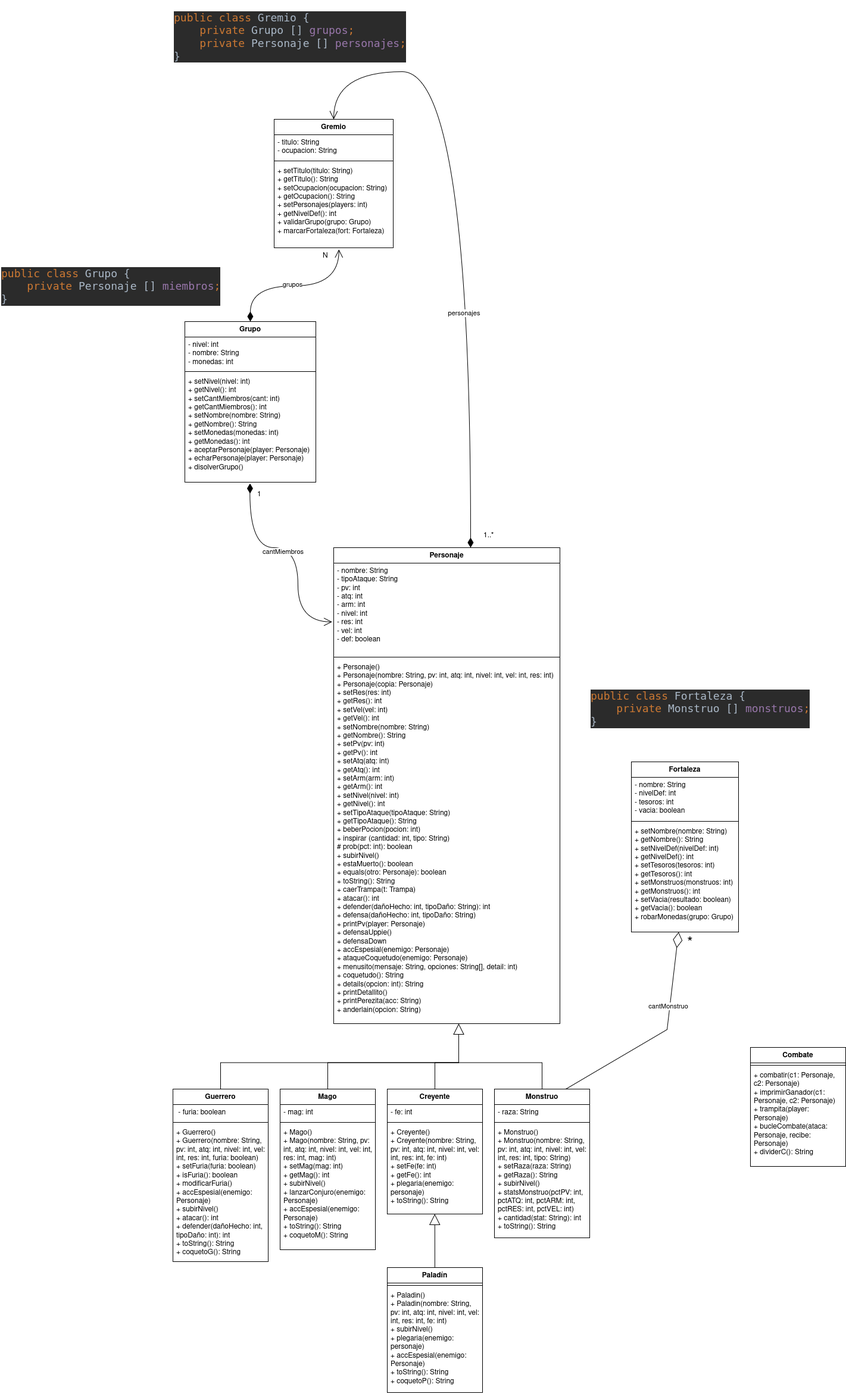
akiipv/Practica_Entornos keeps this draw.io diagram as PracticaT5_EDS.drawio.png. Above is the earlier version. Source tidied: cells renumbered, new cells last; positions are measured from the earlier drawing's top-left corner, leaving out a move shared by most shapes.
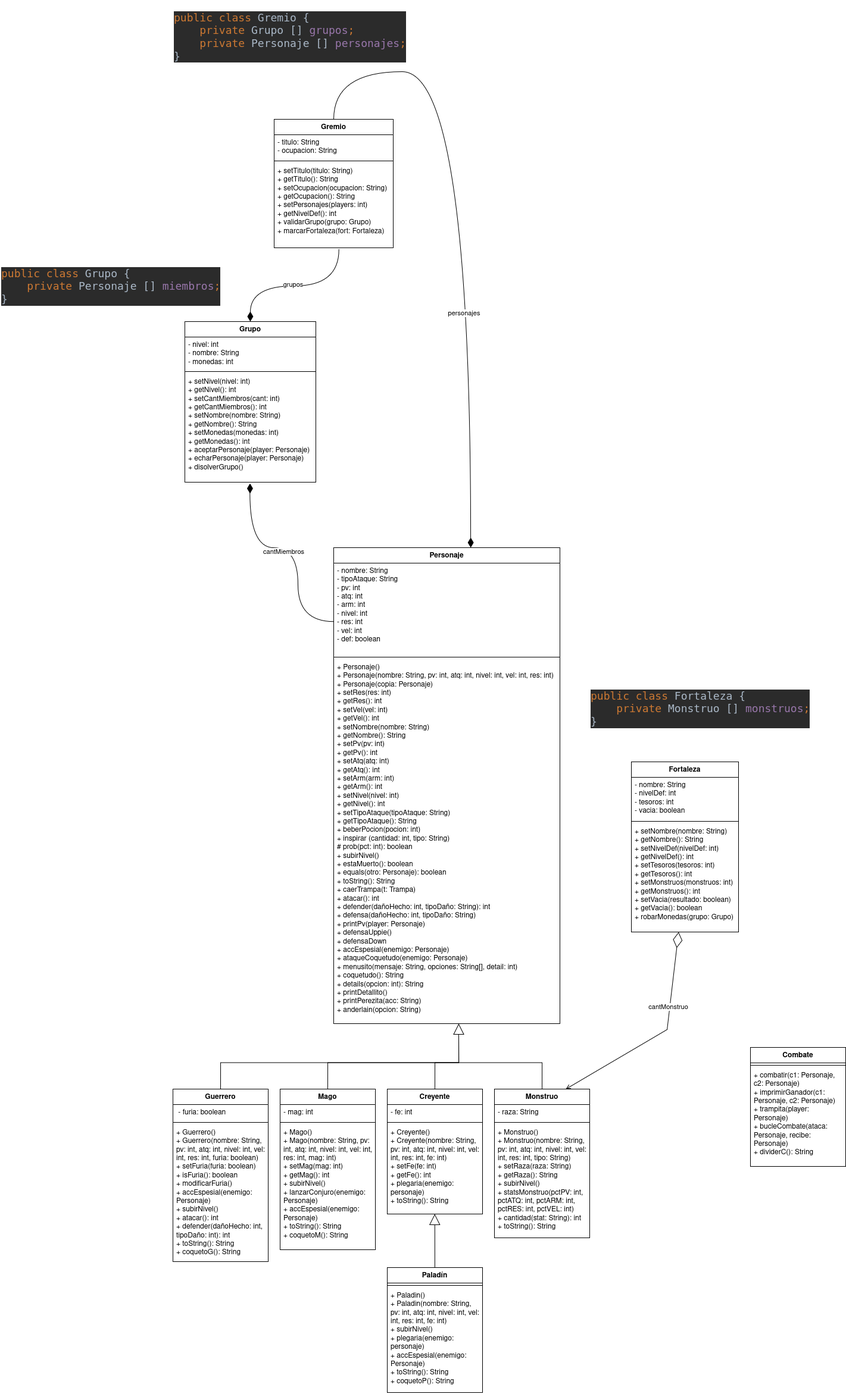
Later version of the same file.

Diff of the diagram source:
```diff
@@ -142,19 +142,19 @@
     <mxCell id="44" value="&lt;div&gt;&lt;div&gt;&lt;div&gt;+ setTitulo(titulo: String)&lt;/div&gt;&lt;div&gt;+ getTitulo(): String&lt;div&gt;+ setOcupacion(ocupacion: String)&lt;/div&gt;&lt;div&gt;+ getOcupacion(): String&lt;/div&gt;&lt;/div&gt;+ setPersonajes(players: int)&lt;/div&gt;&lt;div&gt;+ getNivelDef(): int&lt;/div&gt;+ validarGrupo(grupo: Grupo)&lt;/div&gt;&lt;div&gt;+ marcarFortaleza(fort: Fortaleza)&lt;/div&gt;" style="text;strokeColor=none;fillColor=none;align=left;verticalAlign=top;spacingLeft=4;spacingRight=4;overflow=hidden;points=[[0,0.5],[1,0.5]];portConstraint=eastwest;whiteSpace=wrap;html=1;" parent="41" vertex="1">
       <mxGeometry y="74" width="200" height="142" as="geometry" />
     </mxCell>
-    <mxCell id="45" value="1" style="endArrow=open;html=1;endSize=12;startArrow=diamondThin;startSize=14;startFill=1;edgeStyle=orthogonalEdgeStyle;align=left;verticalAlign=bottom;rounded=0;fontSize=12;curved=1;entryX=-0.007;entryY=0.641;entryDx=0;entryDy=0;entryPerimeter=0;exitX=0.497;exitY=1.011;exitDx=0;exitDy=0;exitPerimeter=0;" parent="1" edge="1" source="36" target="3">
+    <mxCell id="45" style="endArrow=none;html=1;endSize=12;startArrow=diamondThin;startSize=14;startFill=1;edgeStyle=orthogonalEdgeStyle;align=left;verticalAlign=bottom;rounded=0;fontSize=12;curved=1;entryX=0.001;entryY=0.638;entryDx=0;entryDy=0;entryPerimeter=0;exitX=0.497;exitY=1.011;exitDx=0;exitDy=0;exitPerimeter=0;endFill=0;" parent="1" edge="1" source="36" target="3">
       <mxGeometry x="-0.85" y="11" relative="1" as="geometry">
         <Array as="points">
           <mxPoint x="419" y="920" />
           <mxPoint x="500" y="920" />
-          <mxPoint x="500" y="1045" />
+          <mxPoint x="500" y="1044" />
         </Array>
       </mxGeometry>
     </mxCell>
     <mxCell id="46" value="cantMiembros" style="edgeLabel;html=1;align=center;verticalAlign=middle;" parent="45" vertex="1">
       <mxGeometry x="-0.12" y="-6" relative="1" as="geometry" />
     </mxCell>
-    <mxCell id="47" style="endArrow=diamondThin;endFill=0;endSize=24;html=1;rounded=0;exitX=0.75;exitY=0;exitDx=0;exitDy=0;" parent="1" edge="1" source="21" target="40">
+    <mxCell id="47" style="endArrow=diamondThin;endFill=0;endSize=24;html=1;rounded=0;exitX=0.75;exitY=0;exitDx=0;exitDy=0;startArrow=open;startFill=0;" parent="1" edge="1" source="21" target="40">
       <mxGeometry relative="1" as="geometry">
         <Array as="points">
           <mxPoint x="1120" y="1730" />
@@ -166,10 +166,7 @@
         <mxPoint x="-1" as="offset" />
       </mxGeometry>
     </mxCell>
-    <mxCell id="49" value="&lt;font style=&quot;font-size: 24px;&quot;&gt;*&lt;/font&gt;" style="text;html=1;whiteSpace=wrap;strokeColor=none;fillColor=none;align=center;verticalAlign=middle;rounded=0;" parent="1" vertex="1">
-      <mxGeometry x="1129" y="1571" width="60" height="30" as="geometry" />
-    </mxCell>
-    <mxCell id="50" value="N" style="endArrow=open;html=1;endSize=12;startArrow=diamondThin;startSize=14;startFill=1;edgeStyle=orthogonalEdgeStyle;align=left;verticalAlign=bottom;rounded=0;fontSize=12;curved=1;entryX=0.544;entryY=1.018;entryDx=0;entryDy=0;entryPerimeter=0;exitX=0.5;exitY=0;exitDx=0;exitDy=0;" parent="1" edge="1" source="33" target="44">
+    <mxCell id="50" style="endArrow=none;html=1;endSize=12;startArrow=diamondThin;startSize=14;startFill=1;edgeStyle=orthogonalEdgeStyle;align=left;verticalAlign=bottom;rounded=0;fontSize=12;curved=1;entryX=0.544;entryY=1.018;entryDx=0;entryDy=0;entryPerimeter=0;exitX=0.5;exitY=0;exitDx=0;exitDy=0;endFill=0;" parent="1" edge="1" source="33" target="44">
       <mxGeometry x="0.84" y="29" relative="1" as="geometry">
         <Array as="points">
           <mxPoint x="420" y="480" />
@@ -180,7 +177,7 @@
     <mxCell id="51" value="grupos" style="edgeLabel;html=1;align=center;verticalAlign=middle;" parent="50" vertex="1">
       <mxGeometry x="-0.03" y="3" relative="1" as="geometry" />
     </mxCell>
-    <mxCell id="52" value="1..*" style="endArrow=open;html=1;endSize=12;startArrow=diamondThin;startSize=14;startFill=1;align=left;verticalAlign=bottom;rounded=0;fontSize=12;entryX=0.5;entryY=0;entryDx=0;entryDy=0;edgeStyle=orthogonalEdgeStyle;curved=1;" parent="1" edge="1" source="2" target="41">
+    <mxCell id="52" style="endArrow=none;html=1;endSize=12;startArrow=diamondThin;startSize=14;startFill=1;align=left;verticalAlign=bottom;rounded=0;fontSize=12;entryX=0.5;entryY=0;entryDx=0;entryDy=0;edgeStyle=orthogonalEdgeStyle;curved=1;endFill=0;" parent="1" edge="1" source="2" target="41">
       <mxGeometry x="-0.98" y="-20" relative="1" as="geometry">
         <Array as="points">
           <mxPoint x="790" y="120" />
```
